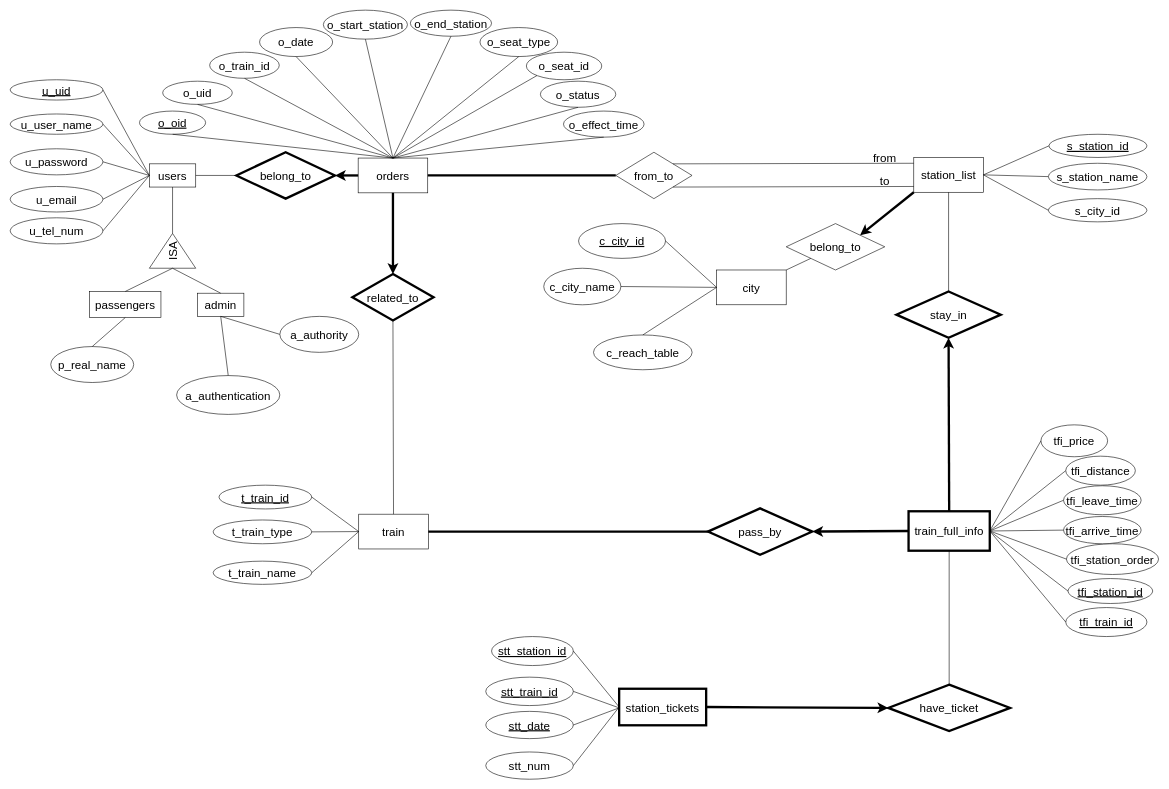
The draw.io diagram doc/report-01/figures/RE_2.drawio in ETOgaosion/12306, before the edit. Source tidied: cells renumbered, new cells numbered last; positions are measured from the earlier drawing's top-left corner, leaving out a move shared by most shapes. Both pictures are drawn from the tidied source at 58%, with x=0, y=0 at pixel (10, 10).
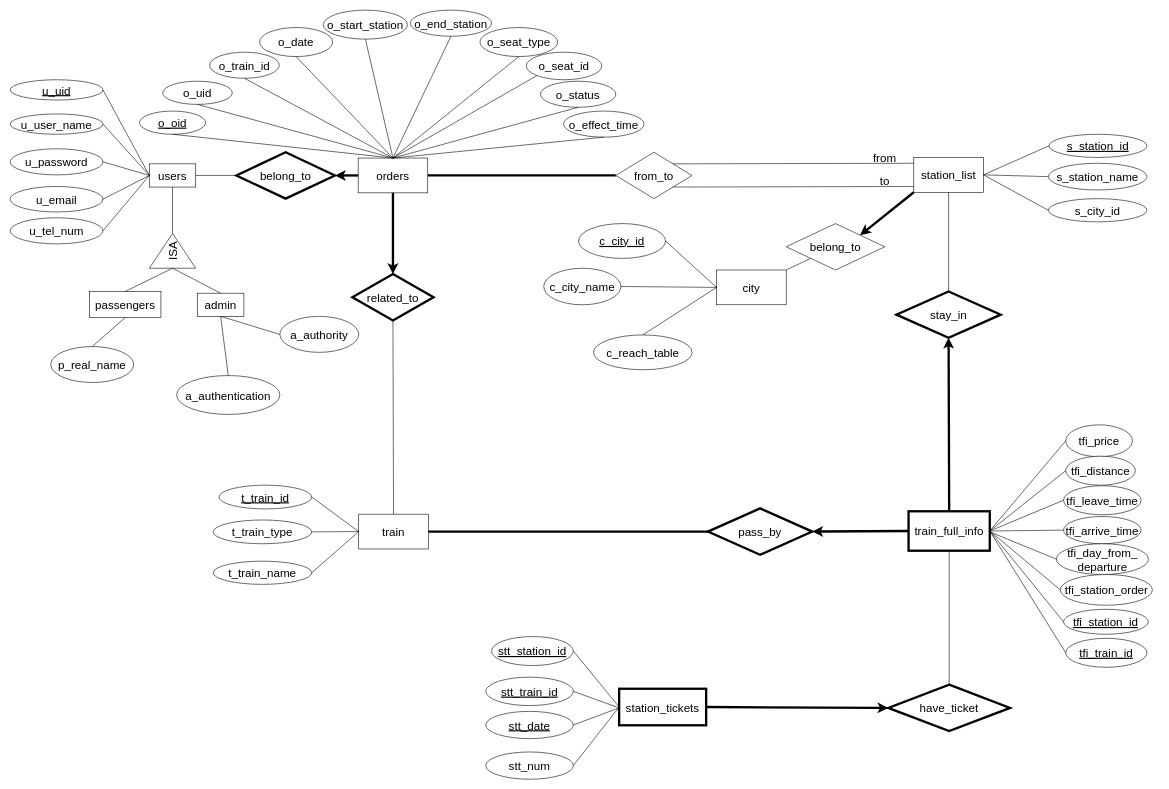
After the change.

Commit message (it also covers changes not shown here):
add day from departure in train info, in use of calculation of durance

Diff of the diagram source:
```diff
@@
     <mxCell id="51" value="&lt;font style=&quot;font-size: 20px&quot;&gt;&lt;u&gt;tfi_train_id&lt;/u&gt;&lt;/font&gt;" style="ellipse;whiteSpace=wrap;html=1;" parent="1" vertex="1">
-      <mxGeometry x="1820" y="1030" width="140" height="50" as="geometry" />
+      <mxGeometry x="1820" y="1083" width="140" height="50" as="geometry" />
     </mxCell>
     <mxCell id="52" value="&lt;font style=&quot;font-size: 20px&quot;&gt;&lt;u&gt;tfi_station_id&lt;/u&gt;&lt;/font&gt;" style="ellipse;whiteSpace=wrap;html=1;" parent="1" vertex="1">
-      <mxGeometry x="1823.8" y="980" width="146.2" height="43" as="geometry" />
+      <mxGeometry x="1816.2" y="1033" width="146.2" height="43" as="geometry" />
     </mxCell>
-    <mxCell id="53" value="&lt;font style=&quot;font-size: 20px&quot;&gt;tfi_station_order&lt;/font&gt;" style="ellipse;whiteSpace=wrap;html=1;" parent="1" vertex="1">
-      <mxGeometry x="1821.2" y="920" width="158.8" height="53" as="geometry" />
+    <mxCell id="53" value="&lt;span style=&quot;font-size: 20px&quot;&gt;tfi_station_order&lt;/span&gt;" style="ellipse;whiteSpace=wrap;html=1;" parent="1" vertex="1">
+      <mxGeometry x="1810.6" y="973" width="158.8" height="53" as="geometry" />
     </mxCell>
@@
     <mxCell id="56" value="&lt;font style=&quot;font-size: 20px&quot;&gt;tfi_price&lt;/font&gt;" style="ellipse;whiteSpace=wrap;html=1;" parent="1" vertex="1">
-      <mxGeometry x="1777.2" y="715" width="115" height="55" as="geometry" />
+      <mxGeometry x="1820" y="715" width="115" height="55" as="geometry" />
     </mxCell>
@@
+    <mxCell id="116" value="&lt;span style=&quot;font-size: 20px&quot;&gt;tfi_day_from_&lt;br&gt;departure&lt;/span&gt;" style="ellipse;whiteSpace=wrap;html=1;" parent="1" vertex="1">
+      <mxGeometry x="1803.8" y="920" width="158.8" height="53" as="geometry" />
+    </mxCell>
+    <mxCell id="117" style="endArrow=none;html=1;rounded=0;entryX=0;entryY=0.5;entryDx=0;entryDy=0;" parent="1" edge="1" target="116">
+      <mxGeometry relative="1" as="geometry">
+        <mxPoint x="1690" y="900" as="sourcePoint" />
+      </mxGeometry>
+    </mxCell>
```
